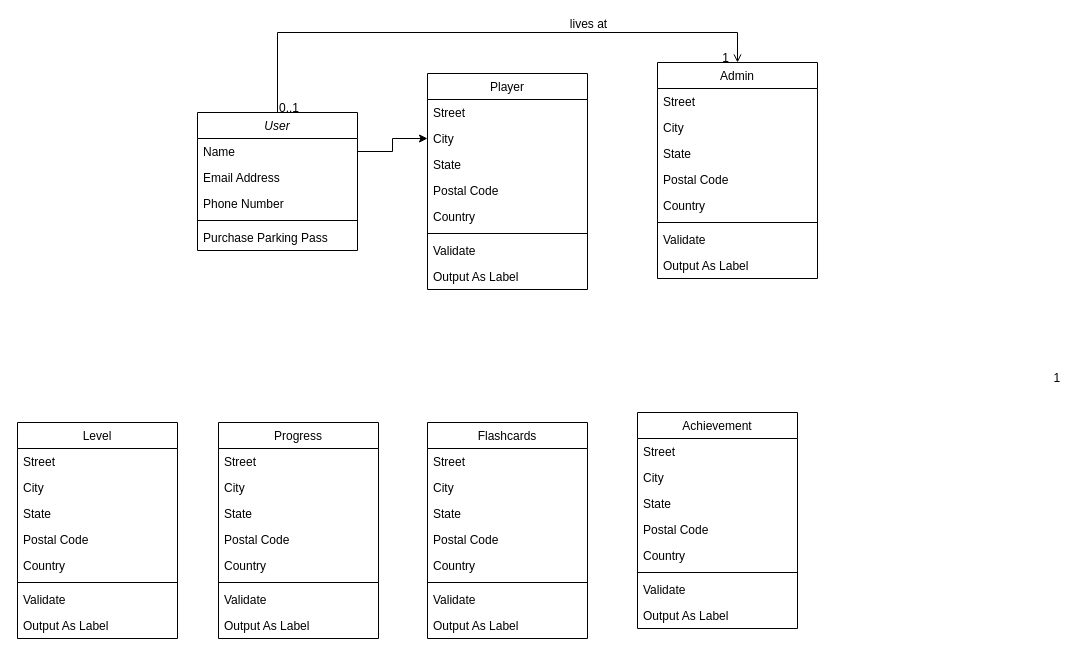
Before: HCIDiagrams.drawio in yzy21cs/Diagrams, a draw.io diagram. Source tidied: cells renumbered, new cells numbered last; positions are measured from the earlier drawing's top-left corner, leaving out a move shared by most shapes. Both pictures are drawn from the tidied source at 100%, with x=0, y=0 at pixel (17, 32).
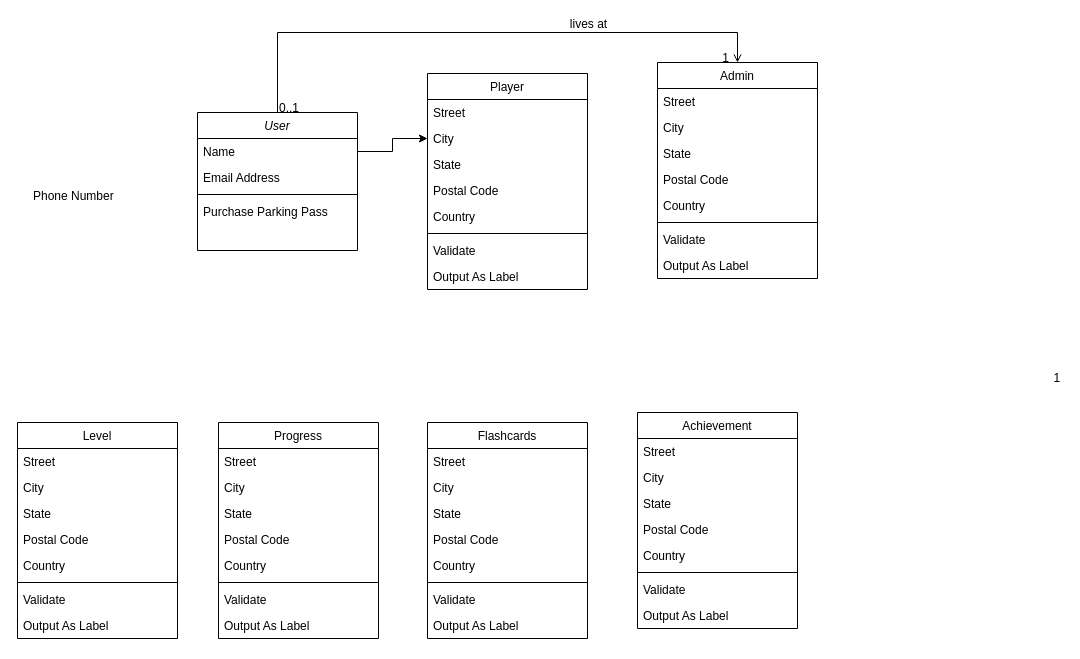
Above is the later version.

The change refers to these unchanged cells:
```xml
<mxCell id="2" value="User" style="swimlane;fontStyle=2;align=center;verticalAlign=top;horizontal=1;startSize=26;rounded=0;shadow=0;strokeWidth=1;" parent="1" vertex="1">
  <mxGeometry x="180" y="80" width="160" height="138" as="geometry" />
</mxCell>
```

Change to the diagram source:
```diff
@@
-    <mxCell id="5" value="Phone Number" style="text;align=left;verticalAlign=top;spacingLeft=4;spacingRight=4;overflow=hidden;rounded=0;shadow=0;html=0;" parent="2" vertex="1">
-      <mxGeometry y="78" width="160" height="26" as="geometry" />
-    </mxCell>
     <mxCell id="6" style="line;html=1;strokeWidth=1;align=left;verticalAlign=middle;spacingTop=-1;spacingLeft=3;spacingRight=3;labelPosition=right;" parent="2" vertex="1">
-      <mxGeometry y="104" width="160" height="8" as="geometry" />
+      <mxGeometry y="78" width="160" height="8" as="geometry" />
     </mxCell>
     <mxCell id="7" value="Purchase Parking Pass" style="text;align=left;verticalAlign=top;spacingLeft=4;spacingRight=4;overflow=hidden;" parent="2" vertex="1">
-      <mxGeometry y="112" width="160" height="26" as="geometry" />
+      <mxGeometry y="86" width="160" height="26" as="geometry" />
     </mxCell>
@@
+    <mxCell id="5" value="Phone Number" style="text;align=left;verticalAlign=top;spacingLeft=4;spacingRight=4;overflow=hidden;rounded=0;shadow=0;html=0;" parent="1" vertex="1">
+      <mxGeometry x="10" y="150" width="160" height="26" as="geometry" />
+    </mxCell>
```
